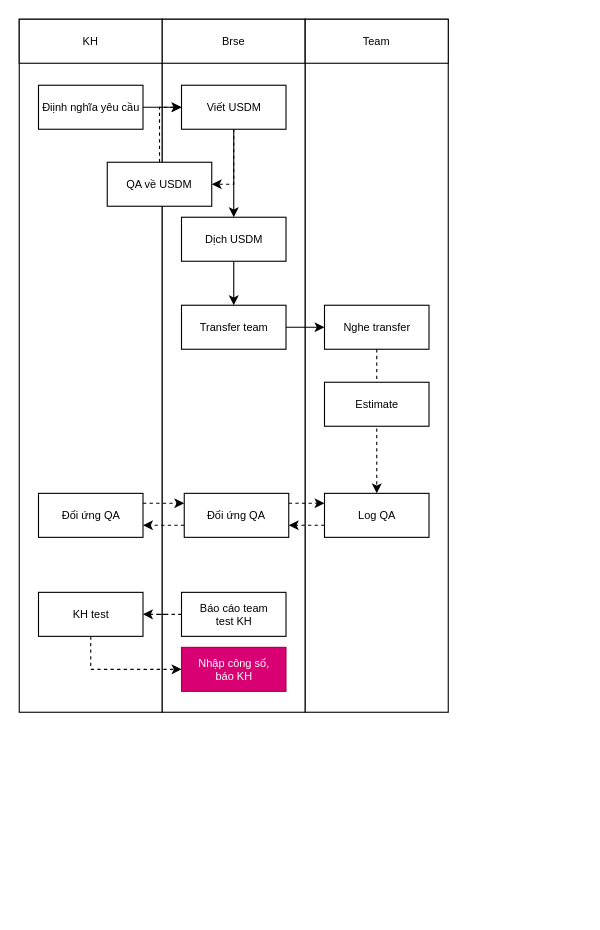
Earlier version of the draw.io diagram page "Task" (2 of 2) of UML_drawer/flow.drawio (namnguyen5902/UML_drawer). Source tidied: cells renumbered, new cells numbered last; positions are measured from the earlier drawing's top-left corner, leaving out a move shared by most shapes. Both pictures are drawn from the tidied source at 110%, with x=0, y=0 at pixel (19, 19).
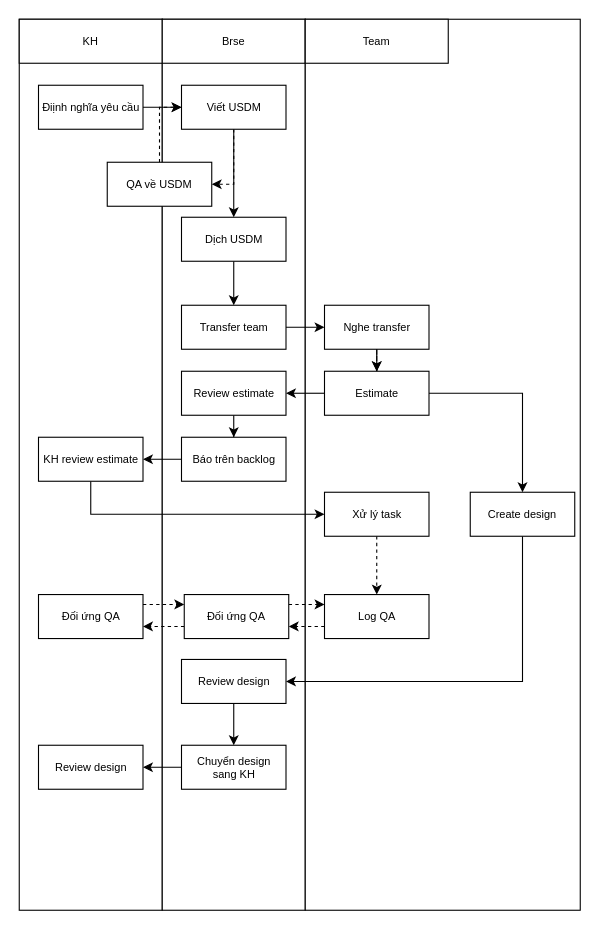
The same diagram, later.

Unchanged cells that the change refers to:
```xml
<mxCell id="25" value="Nghe transfer" style="rounded=0;whiteSpace=wrap;html=1;fontSize=10;" parent="1" vertex="1">
  <mxGeometry x="277.5" y="260" width="95" height="40" as="geometry" />
</mxCell>
```

What changed in the source:
```diff
@@
     <mxCell id="2" style="rounded=0;whiteSpace=wrap;html=1;fontSize=10;" parent="1" vertex="1">
-      <mxGeometry width="130" height="630" as="geometry" />
+      <mxGeometry width="130" height="810" as="geometry" />
     </mxCell>
     <mxCell id="3" style="rounded=0;whiteSpace=wrap;html=1;fontSize=10;" parent="1" vertex="1">
-      <mxGeometry x="130" width="130" height="630" as="geometry" />
+      <mxGeometry x="130" width="130" height="810" as="geometry" />
     </mxCell>
@@
     <mxCell id="6" style="rounded=0;whiteSpace=wrap;html=1;fontSize=10;" parent="1" vertex="1">
-      <mxGeometry x="260" width="130" height="630" as="geometry" />
+      <mxGeometry x="260" width="250" height="810" as="geometry" />
     </mxCell>
@@
-    <mxCell id="13" style="edgeStyle=orthogonalEdgeStyle;rounded=0;jettySize=auto;html=1;dashed=1;" parent="1" edge="1" source="14" target="16">
-      <mxGeometry relative="1" as="geometry" />
+    <mxCell id="13" style="edgeStyle=orthogonalEdgeStyle;rounded=0;orthogonalLoop=1;jettySize=auto;html=1;dashed=1;" parent="1" edge="1">
+      <mxGeometry relative="1" as="geometry">
+        <mxPoint x="112.5" y="541" as="targetPoint" />
+      </mxGeometry>
     </mxCell>
-    <mxCell id="14" value="Báo cáo team&lt;div&gt;test KH&lt;/div&gt;" style="rounded=0;whiteSpace=wrap;html=1;fontSize=10;" parent="1" vertex="1">
-      <mxGeometry x="147.5" y="521" width="95" height="40" as="geometry" />
-    </mxCell>
-    <mxCell id="15" style="edgeStyle=orthogonalEdgeStyle;rounded=0;jettySize=auto;html=1;entryX=0;entryY=0.5;entryDx=0;entryDy=0;exitX=0.5;exitY=1;exitDx=0;exitDy=0;dashed=1;" parent="1" edge="1" source="16" target="17">
-      <mxGeometry relative="1" as="geometry" />
+    <mxCell id="15" style="edgeStyle=orthogonalEdgeStyle;rounded=0;orthogonalLoop=1;jettySize=auto;html=1;entryX=0;entryY=0.5;entryDx=0;entryDy=0;exitX=0.5;exitY=1;exitDx=0;exitDy=0;dashed=1;" parent="1" edge="1">
+      <mxGeometry relative="1" as="geometry">
+        <mxPoint x="65" y="561" as="sourcePoint" />
+      </mxGeometry>
     </mxCell>
-    <mxCell id="16" value="KH test" style="rounded=0;whiteSpace=wrap;html=1;fontSize=10;" parent="1" vertex="1">
-      <mxGeometry x="17.5" y="521" width="95" height="40" as="geometry" />
-    </mxCell>
-    <mxCell id="17" value="Nhập công số,&lt;div&gt;báo KH&lt;/div&gt;" style="rounded=0;whiteSpace=wrap;html=1;fontSize=10;fillColor=#d80073;strokeColor=#A50040;fontColor=#ffffff;" parent="1" vertex="1">
-      <mxGeometry x="147.5" y="571" width="95" height="40" as="geometry" />
-    </mxCell>
@@
-    <mxCell id="24" style="edgeStyle=orthogonalEdgeStyle;rounded=0;jettySize=auto;html=1;dashed=1;" parent="1" edge="1" source="25" target="30">
+    <mxCell id="24" style="edgeStyle=orthogonalEdgeStyle;rounded=0;jettySize=auto;html=1;dashed=1;exitX=0.5;exitY=1;exitDx=0;exitDy=0;" parent="1" edge="1" source="50" target="30">
       <mxGeometry relative="1" as="geometry" />
     </mxCell>
+    <mxCell id="34" style="edgeStyle=orthogonalEdgeStyle;rounded=0;jettySize=auto;html=1;" parent="1" edge="1" source="25" target="31">
+      <mxGeometry relative="1" as="geometry" />
+    </mxCell>
@@
     <mxCell id="26" style="edgeStyle=orthogonalEdgeStyle;rounded=0;jettySize=auto;html=1;dashed=1;" parent="1" edge="1" source="28" target="30">
       <mxGeometry relative="1" as="geometry">
         <Array as="points">
-          <mxPoint x="260" y="440" />
-          <mxPoint x="260" y="440" />
+          <mxPoint x="260" y="532" />
+          <mxPoint x="260" y="532" />
         </Array>
       </mxGeometry>
     </mxCell>
     <mxCell id="27" style="edgeStyle=orthogonalEdgeStyle;rounded=0;jettySize=auto;html=1;dashed=1;" parent="1" edge="1" source="28" target="33">
       <mxGeometry relative="1" as="geometry">
         <Array as="points">
-          <mxPoint x="130" y="460" />
-          <mxPoint x="130" y="460" />
+          <mxPoint x="130" y="552" />
+          <mxPoint x="130" y="552" />
         </Array>
       </mxGeometry>
     </mxCell>
     <mxCell id="28" value="Đối ứng QA" style="rounded=0;whiteSpace=wrap;html=1;fontSize=10;" parent="1" vertex="1">
-      <mxGeometry x="150" y="431" width="95" height="40" as="geometry" />
+      <mxGeometry x="150" y="523" width="95" height="40" as="geometry" />
     </mxCell>
     <mxCell id="29" style="edgeStyle=orthogonalEdgeStyle;rounded=0;jettySize=auto;html=1;dashed=1;" parent="1" edge="1" source="30" target="28">
       <mxGeometry relative="1" as="geometry">
         <Array as="points">
-          <mxPoint x="260" y="460" />
-          <mxPoint x="260" y="460" />
+          <mxPoint x="260" y="552" />
+          <mxPoint x="260" y="552" />
         </Array>
       </mxGeometry>
     </mxCell>
     <mxCell id="30" value="Log QA" style="rounded=0;whiteSpace=wrap;html=1;fontSize=10;" parent="1" vertex="1">
-      <mxGeometry x="277.5" y="431" width="95" height="40" as="geometry" />
+      <mxGeometry x="277.5" y="523" width="95" height="40" as="geometry" />
     </mxCell>
-    <mxCell id="31" value="Estimate" style="rounded=0;whiteSpace=wrap;html=1;fontSize=10;" parent="1" vertex="1">
-      <mxGeometry x="277.5" y="330" width="95" height="40" as="geometry" />
-    </mxCell>
+    <mxCell id="35" style="edgeStyle=orthogonalEdgeStyle;rounded=0;jettySize=auto;html=1;entryX=1;entryY=0.5;entryDx=0;entryDy=0;exitX=0;exitY=0.5;exitDx=0;exitDy=0;" parent="1" edge="1" source="31" target="43">
+      <mxGeometry relative="1" as="geometry" />
+    </mxCell>
     <mxCell id="32" style="edgeStyle=orthogonalEdgeStyle;rounded=0;jettySize=auto;html=1;dashed=1;" parent="1" edge="1" source="33" target="28">
       <mxGeometry relative="1" as="geometry">
         <Array as="points">
-          <mxPoint x="130" y="440" />
-          <mxPoint x="130" y="440" />
+          <mxPoint x="130" y="532" />
+          <mxPoint x="130" y="532" />
         </Array>
       </mxGeometry>
     </mxCell>
     <mxCell id="33" value="Đối ứng QA" style="rounded=0;whiteSpace=wrap;html=1;fontSize=10;" parent="1" vertex="1">
-      <mxGeometry x="17.5" y="431" width="95" height="40" as="geometry" />
+      <mxGeometry x="17.5" y="523" width="95" height="40" as="geometry" />
     </mxCell>
+    <mxCell id="36" style="edgeStyle=orthogonalEdgeStyle;rounded=0;jettySize=auto;html=1;entryX=1;entryY=0.5;entryDx=0;entryDy=0;exitX=0.5;exitY=1;exitDx=0;exitDy=0;" parent="1" edge="1" source="37" target="39">
+      <mxGeometry relative="1" as="geometry" />
+    </mxCell>
+    <mxCell id="37" value="Create design" style="rounded=0;whiteSpace=wrap;html=1;fontSize=10;" parent="1" vertex="1">
+      <mxGeometry x="410" y="430" width="95" height="40" as="geometry" />
+    </mxCell>
+    <mxCell id="38" style="edgeStyle=orthogonalEdgeStyle;rounded=0;jettySize=auto;html=1;" parent="1" edge="1" source="39" target="41">
+      <mxGeometry relative="1" as="geometry" />
+    </mxCell>
+    <mxCell id="39" value="Review design" style="rounded=0;whiteSpace=wrap;html=1;fontSize=10;" parent="1" vertex="1">
+      <mxGeometry x="147.5" y="582" width="95" height="40" as="geometry" />
+    </mxCell>
+    <mxCell id="40" style="edgeStyle=orthogonalEdgeStyle;rounded=0;jettySize=auto;html=1;" parent="1" edge="1" source="41" target="51">
+      <mxGeometry relative="1" as="geometry" />
+    </mxCell>
+    <mxCell id="41" value="Chuyển design&lt;div&gt;sang KH&lt;/div&gt;" style="rounded=0;whiteSpace=wrap;html=1;fontSize=10;" parent="1" vertex="1">
+      <mxGeometry x="147.5" y="660" width="95" height="40" as="geometry" />
+    </mxCell>
+    <mxCell id="42" style="edgeStyle=orthogonalEdgeStyle;rounded=0;jettySize=auto;html=1;" parent="1" edge="1" source="43" target="47">
+      <mxGeometry relative="1" as="geometry" />
+    </mxCell>
+    <mxCell id="43" value="Review estimate" style="rounded=0;whiteSpace=wrap;html=1;fontSize=10;" parent="1" vertex="1">
+      <mxGeometry x="147.5" y="320" width="95" height="40" as="geometry" />
+    </mxCell>
+    <mxCell id="44" style="edgeStyle=orthogonalEdgeStyle;rounded=0;jettySize=auto;html=1;dashed=1;" parent="1" edge="1" source="25" target="31">
+      <mxGeometry relative="1" as="geometry" />
+    </mxCell>
+    <mxCell id="45" style="edgeStyle=orthogonalEdgeStyle;rounded=0;jettySize=auto;html=1;entryX=0.5;entryY=0;entryDx=0;entryDy=0;" parent="1" edge="1" source="31" target="37">
+      <mxGeometry relative="1" as="geometry" />
+    </mxCell>
+    <mxCell id="31" value="Estimate" style="rounded=0;whiteSpace=wrap;html=1;fontSize=10;" parent="1" vertex="1">
+      <mxGeometry x="277.5" y="320" width="95" height="40" as="geometry" />
+    </mxCell>
+    <mxCell id="46" style="edgeStyle=orthogonalEdgeStyle;rounded=0;jettySize=auto;html=1;" parent="1" edge="1" source="47" target="49">
+      <mxGeometry relative="1" as="geometry" />
+    </mxCell>
+    <mxCell id="47" value="Báo trên backlog" style="rounded=0;whiteSpace=wrap;html=1;fontSize=10;" parent="1" vertex="1">
+      <mxGeometry x="147.5" y="380" width="95" height="40" as="geometry" />
+    </mxCell>
+    <mxCell id="48" style="edgeStyle=orthogonalEdgeStyle;rounded=0;jettySize=auto;html=1;entryX=0;entryY=0.5;entryDx=0;entryDy=0;exitX=0.5;exitY=1;exitDx=0;exitDy=0;" parent="1" edge="1" source="49" target="50">
+      <mxGeometry relative="1" as="geometry" />
+    </mxCell>
+    <mxCell id="49" value="KH review estimate" style="rounded=0;whiteSpace=wrap;html=1;fontSize=10;" parent="1" vertex="1">
+      <mxGeometry x="17.5" y="380" width="95" height="40" as="geometry" />
+    </mxCell>
+    <mxCell id="50" value="Xử lý task" style="rounded=0;whiteSpace=wrap;html=1;fontSize=10;" parent="1" vertex="1">
+      <mxGeometry x="277.5" y="430" width="95" height="40" as="geometry" />
+    </mxCell>
+    <mxCell id="51" value="Review design" style="rounded=0;whiteSpace=wrap;html=1;fontSize=10;" parent="1" vertex="1">
+      <mxGeometry x="17.5" y="660" width="95" height="40" as="geometry" />
+    </mxCell>
```
